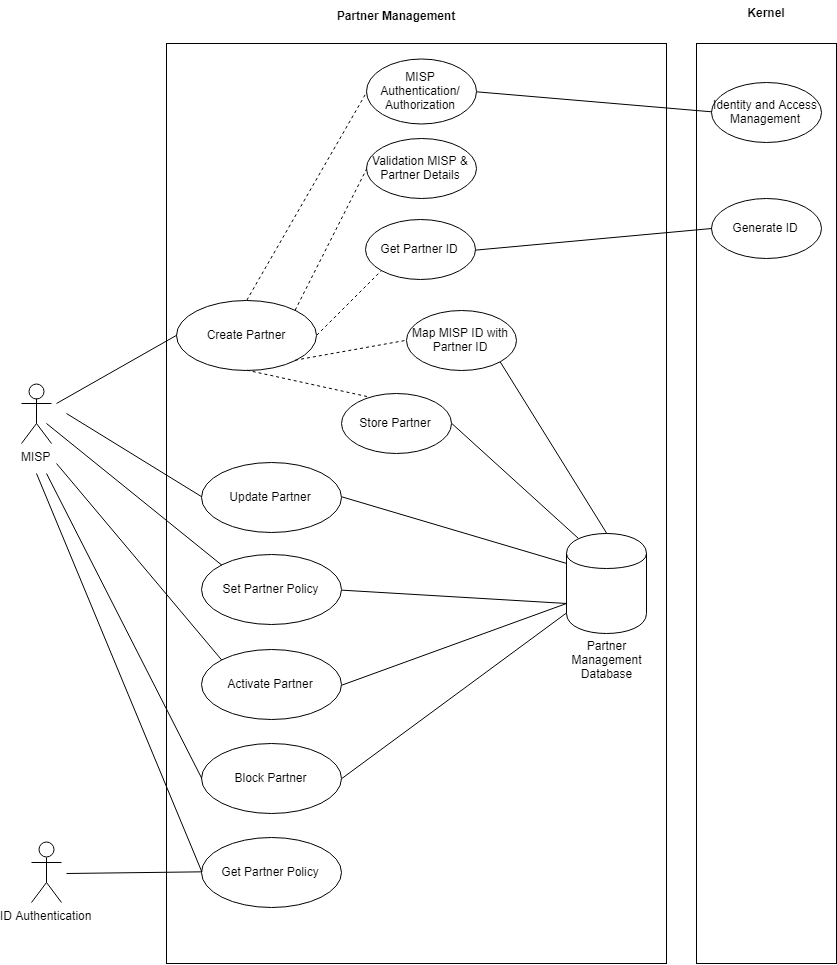
This is _images/arch_diagrams/PMPartnerManagement.png from ssenmosip/mosip-temp-documentation, a draw.io export, as it was before one commit. Source tidied: cells renumbered, new cells last; positions are measured from the earlier drawing's top-left corner, leaving out a move shared by most shapes.
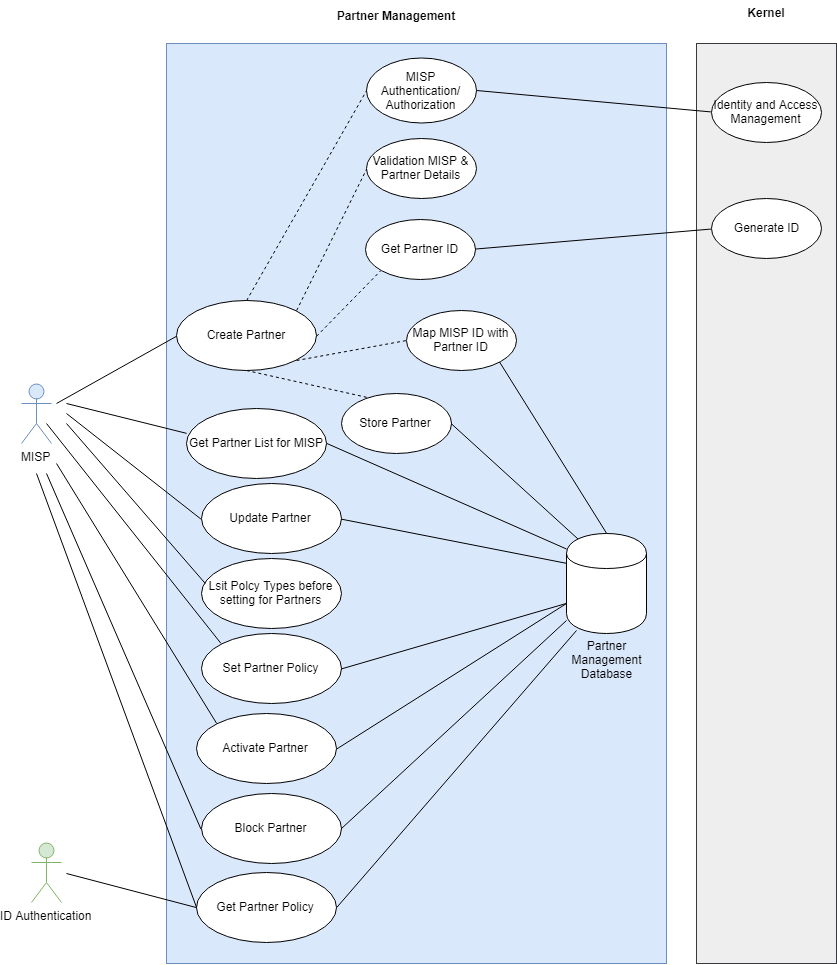
Above is the later version.

Commit message:
Partner Management HLD Changes

Diff of the diagram source:
```diff
@@ -2,10 +2,10 @@
   <root>
     <mxCell id="0" />
     <mxCell id="1" parent="0" />
-    <mxCell id="2" style="html=1;" parent="1" vertex="1">
+    <mxCell id="2" style="html=1;fillColor=#dae8fc;strokeColor=#6c8ebf;" parent="1" vertex="1">
       <mxGeometry x="145" y="43" width="500" height="920" as="geometry" />
     </mxCell>
-    <mxCell id="3" value="MISP" style="shape=umlActor;verticalLabelPosition=bottom;labelBackgroundColor=#ffffff;verticalAlign=top;html=1;" parent="1" vertex="1">
+    <mxCell id="3" value="MISP" style="shape=umlActor;verticalLabelPosition=bottom;labelBackgroundColor=#ffffff;verticalAlign=top;html=1;fillColor=#dae8fc;strokeColor=#6c8ebf;" parent="1" vertex="1">
       <mxGeometry y="383" width="30" height="60" as="geometry" />
     </mxCell>
     <mxCell id="4" value="Partner Management" style="text;align=center;fontStyle=1;verticalAlign=middle;spacingLeft=3;spacingRight=3;strokeColor=none;" parent="1" vertex="1">
@@ -44,13 +44,13 @@
       <mxGeometry relative="1" as="geometry" />
     </mxCell>
     <mxCell id="15" value="Set Partner Policy" style="ellipse;whiteSpace=wrap;html=1;" parent="1" vertex="1">
-      <mxGeometry x="180" y="554" width="140" height="70" as="geometry" />
+      <mxGeometry x="180" y="633" width="140" height="70" as="geometry" />
     </mxCell>
     <mxCell id="16" value="Activate Partner" style="ellipse;whiteSpace=wrap;html=1;" parent="1" vertex="1">
-      <mxGeometry x="180" y="649" width="140" height="70" as="geometry" />
+      <mxGeometry x="175" y="713" width="140" height="70" as="geometry" />
     </mxCell>
     <mxCell id="17" value="Block Partner" style="ellipse;whiteSpace=wrap;html=1;" parent="1" vertex="1">
-      <mxGeometry x="180" y="743" width="140" height="70" as="geometry" />
+      <mxGeometry x="180" y="793" width="140" height="70" as="geometry" />
     </mxCell>
     <mxCell id="18" style="shape=cylinder;whiteSpace=wrap;html=1;boundedLbl=1;backgroundOutline=1;" parent="1" vertex="1">
       <mxGeometry x="545" y="533" width="80" height="100" as="geometry" />
@@ -82,7 +82,7 @@
       </mxGeometry>
     </mxCell>
     <mxCell id="25" value="Update Partner" style="ellipse;whiteSpace=wrap;html=1;" parent="1" vertex="1">
-      <mxGeometry x="180" y="462" width="140" height="70" as="geometry" />
+      <mxGeometry x="180" y="483" width="140" height="70" as="geometry" />
     </mxCell>
     <mxCell id="26" style="endArrow=none;html=1;entryX=0;entryY=0.5;entryDx=0;entryDy=0;" parent="1" edge="1" target="25">
       <mxGeometry relative="1" as="geometry">
@@ -92,7 +92,7 @@
     <mxCell id="27" style="endArrow=none;html=1;exitX=0;exitY=0.3;exitDx=0;exitDy=0;entryX=1;entryY=0.5;entryDx=0;entryDy=0;" parent="1" edge="1" source="18" target="25">
       <mxGeometry relative="1" as="geometry" />
     </mxCell>
-    <mxCell id="28" style="rounded=0;whiteSpace=wrap;html=1;" parent="1" vertex="1">
+    <mxCell id="28" style="rounded=0;whiteSpace=wrap;html=1;fillColor=#eeeeee;strokeColor=#36393d;" parent="1" vertex="1">
       <mxGeometry x="675" y="43" width="140" height="920" as="geometry" />
     </mxCell>
     <mxCell id="29" value="Kernel" style="text;align=center;fontStyle=1;verticalAlign=middle;spacingLeft=3;spacingRight=3;strokeColor=none;" parent="1" vertex="1">
@@ -126,14 +126,14 @@
       <mxGeometry relative="1" as="geometry" />
     </mxCell>
     <mxCell id="39" value="Get Partner Policy" style="ellipse;whiteSpace=wrap;html=1;" parent="1" vertex="1">
-      <mxGeometry x="180" y="837" width="140" height="70" as="geometry" />
+      <mxGeometry x="175" y="872" width="140" height="70" as="geometry" />
     </mxCell>
     <mxCell id="40" style="endArrow=none;html=1;entryX=0;entryY=0.5;entryDx=0;entryDy=0;" parent="1" edge="1" target="39">
       <mxGeometry relative="1" as="geometry">
         <mxPoint x="15" y="473" as="sourcePoint" />
       </mxGeometry>
     </mxCell>
-    <mxCell id="41" value="ID Authentication" style="shape=umlActor;verticalLabelPosition=bottom;labelBackgroundColor=#ffffff;verticalAlign=top;html=1;" parent="1" vertex="1">
+    <mxCell id="41" value="ID Authentication" style="shape=umlActor;verticalLabelPosition=bottom;labelBackgroundColor=#ffffff;verticalAlign=top;html=1;fillColor=#d5e8d4;strokeColor=#82b366;" parent="1" vertex="1">
       <mxGeometry x="10" y="842" width="30" height="60" as="geometry" />
     </mxCell>
     <mxCell id="42" style="endArrow=none;html=1;entryX=0;entryY=0.5;entryDx=0;entryDy=0;" parent="1" edge="1" target="39">
@@ -141,5 +141,29 @@
         <mxPoint x="45" y="873" as="sourcePoint" />
       </mxGeometry>
     </mxCell>
+    <mxCell id="43" value="Get Partner List for MISP" style="ellipse;whiteSpace=wrap;html=1;" parent="1" vertex="1">
+      <mxGeometry x="165" y="408" width="140" height="70" as="geometry" />
+    </mxCell>
+    <mxCell id="44" style="endArrow=none;html=1;entryX=0;entryY=0.357;entryDx=0;entryDy=0;entryPerimeter=0;" parent="1" edge="1" target="43">
+      <mxGeometry relative="1" as="geometry">
+        <mxPoint x="45" y="403" as="sourcePoint" />
+      </mxGeometry>
+    </mxCell>
+    <mxCell id="45" style="endArrow=none;html=1;exitX=0;exitY=0.15;exitDx=0;exitDy=0;entryX=1;entryY=0.5;entryDx=0;entryDy=0;exitPerimeter=0;" parent="1" edge="1" source="18" target="43">
+      <mxGeometry relative="1" as="geometry" />
+    </mxCell>
+    <mxCell id="46" value="Lsit Polcy Types before setting for Partners" style="ellipse;whiteSpace=wrap;html=1;" parent="1" vertex="1">
+      <mxGeometry x="180" y="558" width="140" height="70" as="geometry" />
+    </mxCell>
+    <mxCell id="47" style="endArrow=none;html=1;entryX=0.031;entryY=0.353;entryDx=0;entryDy=0;entryPerimeter=0;" parent="1" edge="1" target="46">
+      <mxGeometry relative="1" as="geometry">
+        <mxPoint x="45" y="423" as="sourcePoint" />
+      </mxGeometry>
+    </mxCell>
+    <mxCell id="48" style="endArrow=none;html=1;entryX=1;entryY=0.5;entryDx=0;entryDy=0;" parent="1" edge="1" target="39">
+      <mxGeometry relative="1" as="geometry">
+        <mxPoint x="555" y="630" as="sourcePoint" />
+      </mxGeometry>
+    </mxCell>
   </root>
 </mxGraphModel>
```
